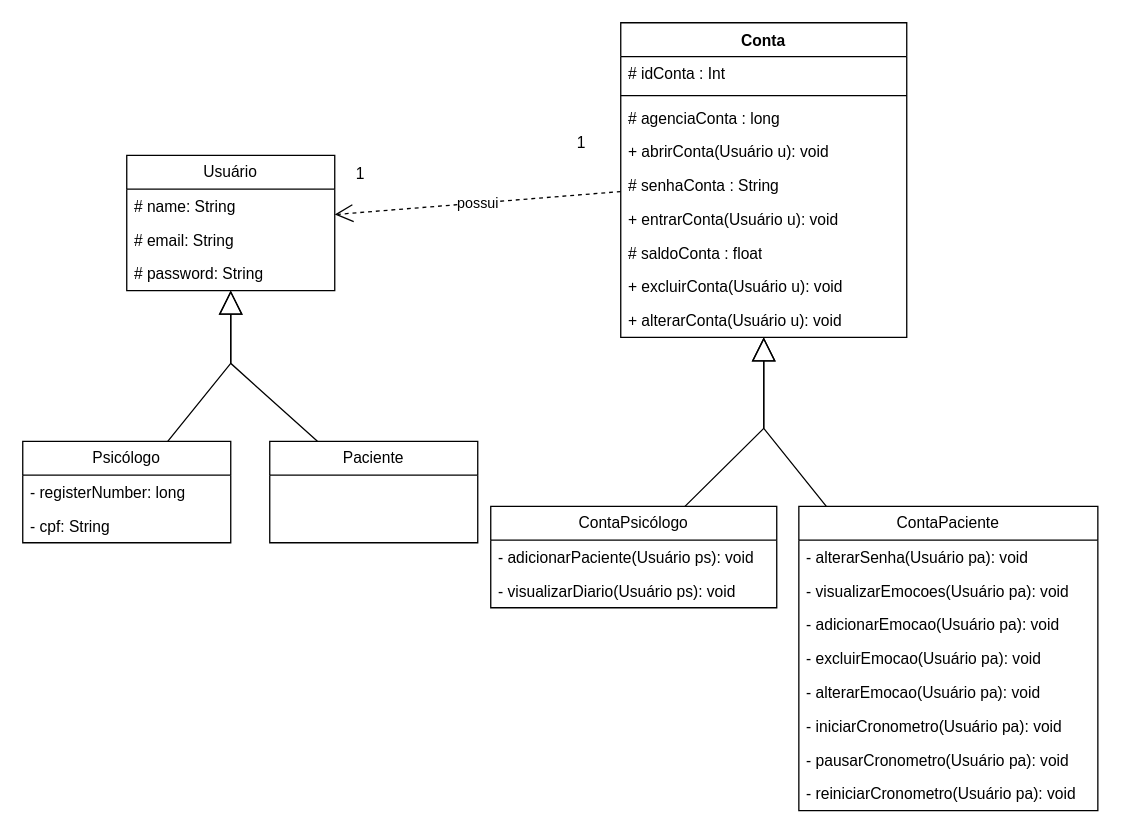
The draw.io diagram ClassesMyPeace.drawio in RebecaVieiraM/Diagramas, before the edit. Source tidied: cells renumbered, new cells numbered last; positions are measured from the earlier drawing's top-left corner, leaving out a move shared by most shapes. Both pictures are drawn from the tidied source at 130%, with x=0, y=0 at pixel (22, 22).
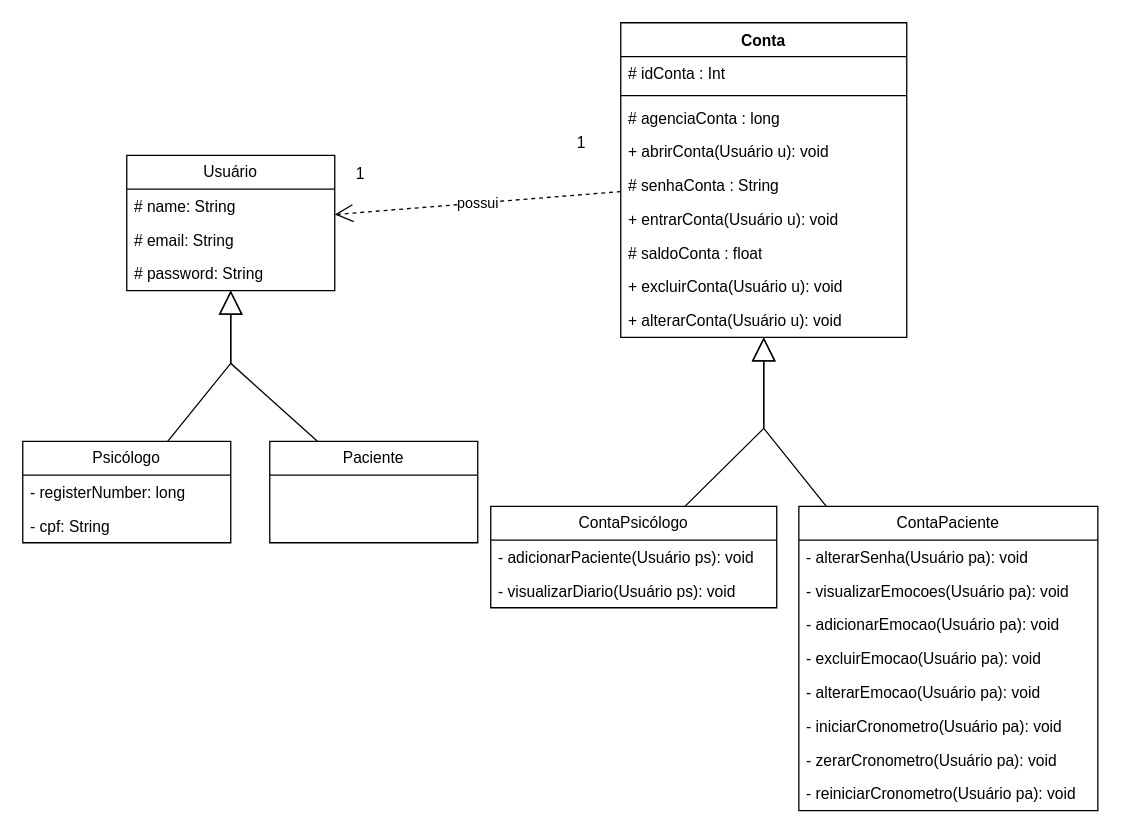
The same page after the edit.

The change refers to these unchanged cells:
```xml
<mxCell id="28" value="ContaPaciente" style="swimlane;fontStyle=0;horizontal=1;startSize=26;fillColor=none;whiteSpace=wrap;html=1;" parent="1" vertex="1">
  <mxGeometry x="597" y="372" width="230" height="234" as="geometry" />
</mxCell>
```

What changed in the source:
```diff
@@
-    <mxCell id="35" value="- pausarCronometro(Usuário pa): void" style="text;strokeColor=none;fillColor=none;align=left;verticalAlign=top;spacingLeft=4;spacingRight=4;overflow=hidden;whiteSpace=wrap;html=1;" parent="28" vertex="1">
+    <mxCell id="35" value="- zerarCronometro(Usuário pa): void" style="text;strokeColor=none;fillColor=none;align=left;verticalAlign=top;spacingLeft=4;spacingRight=4;overflow=hidden;whiteSpace=wrap;html=1;" parent="28" vertex="1">
       <mxGeometry y="182" width="230" height="26" as="geometry" />
     </mxCell>
```
